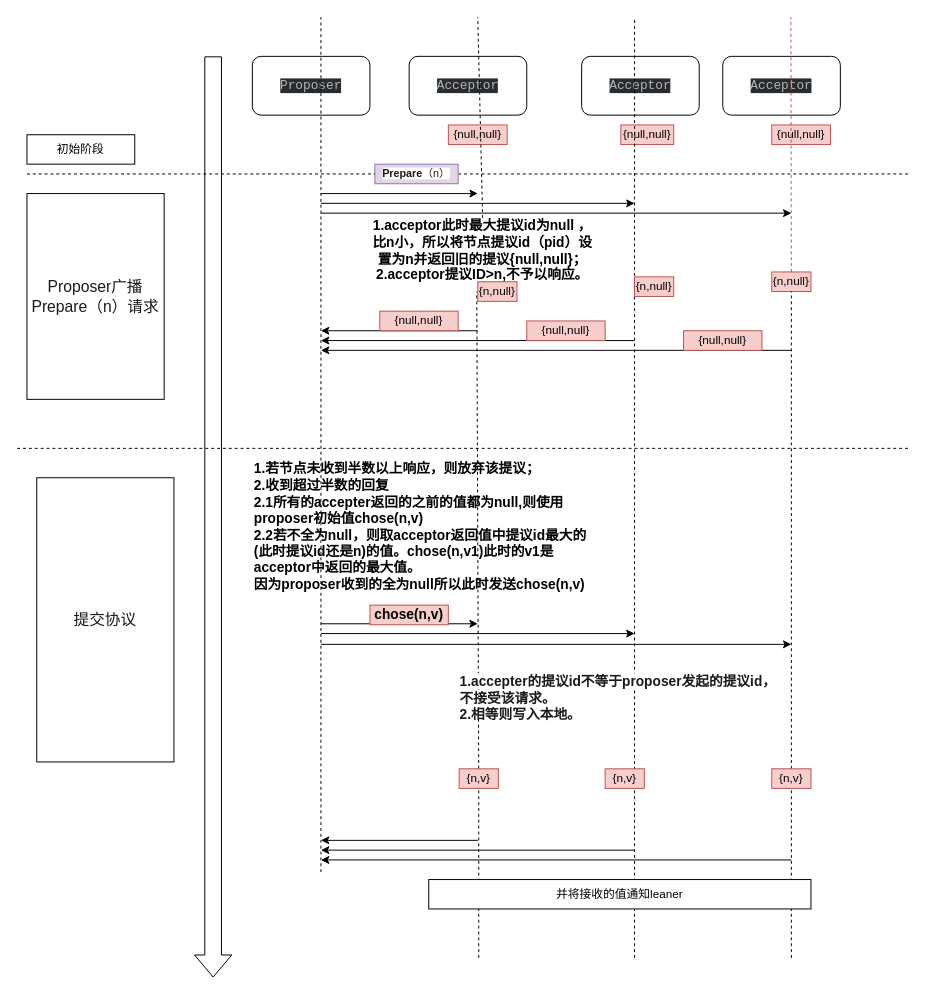
852438143/drawIo keeps this draw.io diagram as Untitled Diagram.drawio. Above is the earlier version. Source tidied: cells renumbered, new cells numbered last; positions are measured from the earlier drawing's top-left corner, leaving out a move shared by most shapes. Both pictures are drawn from the tidied source at 98%, with x=0, y=0 at pixel (17, 17).
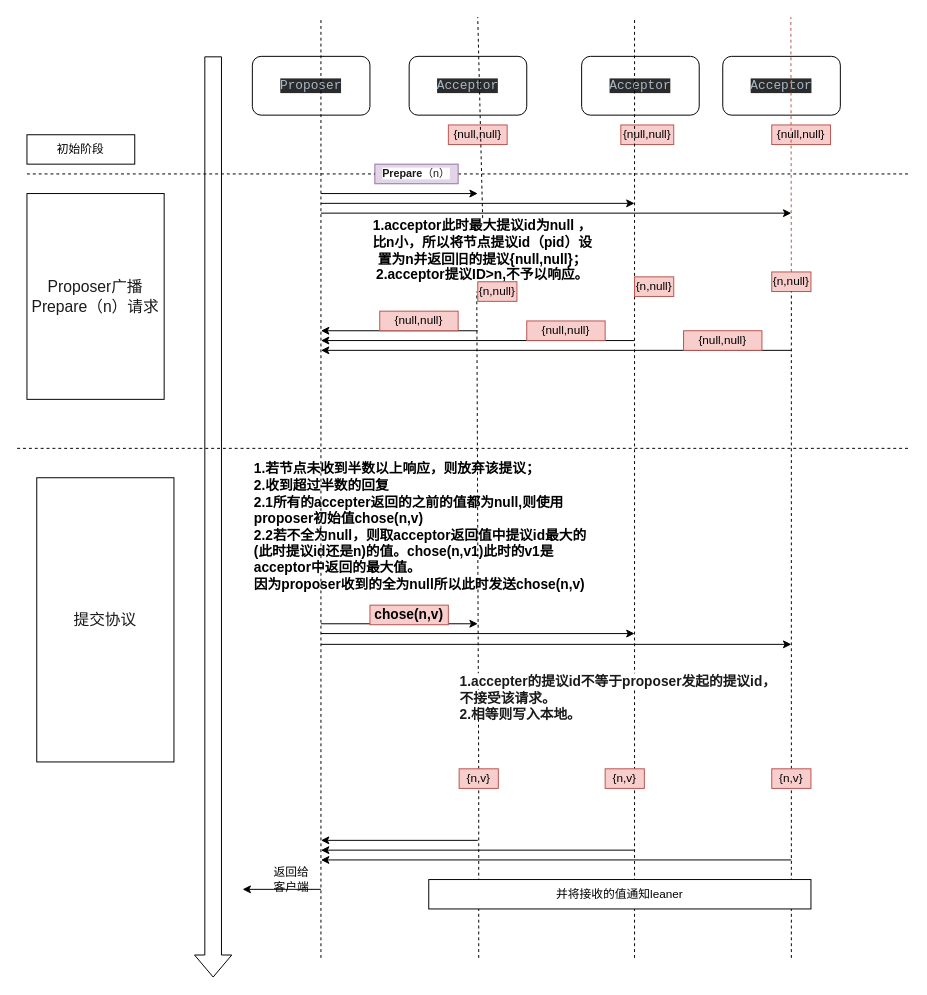
The same page after the edit.

Change to the diagram source:
```diff
@@
     <mxCell id="13" style="endArrow=none;dashed=1;html=1;" parent="1" edge="1">
       <mxGeometry relative="1" as="geometry">
-        <mxPoint x="310" y="872.4" as="sourcePoint" />
+        <mxPoint x="310" y="960" as="sourcePoint" />
         <mxPoint x="310" as="targetPoint" />
       </mxGeometry>
     </mxCell>
@@
+    <mxCell id="51" style="endArrow=classic;html=1;" parent="1" edge="1">
+      <mxGeometry relative="1" as="geometry">
+        <mxPoint x="310" y="890" as="sourcePoint" />
+        <mxPoint x="230" y="890" as="targetPoint" />
+      </mxGeometry>
+    </mxCell>
+    <mxCell id="52" value="返回给客户端" style="text;html=1;strokeColor=none;fillColor=none;align=center;verticalAlign=middle;whiteSpace=wrap;rounded=0;" parent="1" vertex="1">
+      <mxGeometry x="260" y="870" width="40" height="20" as="geometry" />
+    </mxCell>
```
